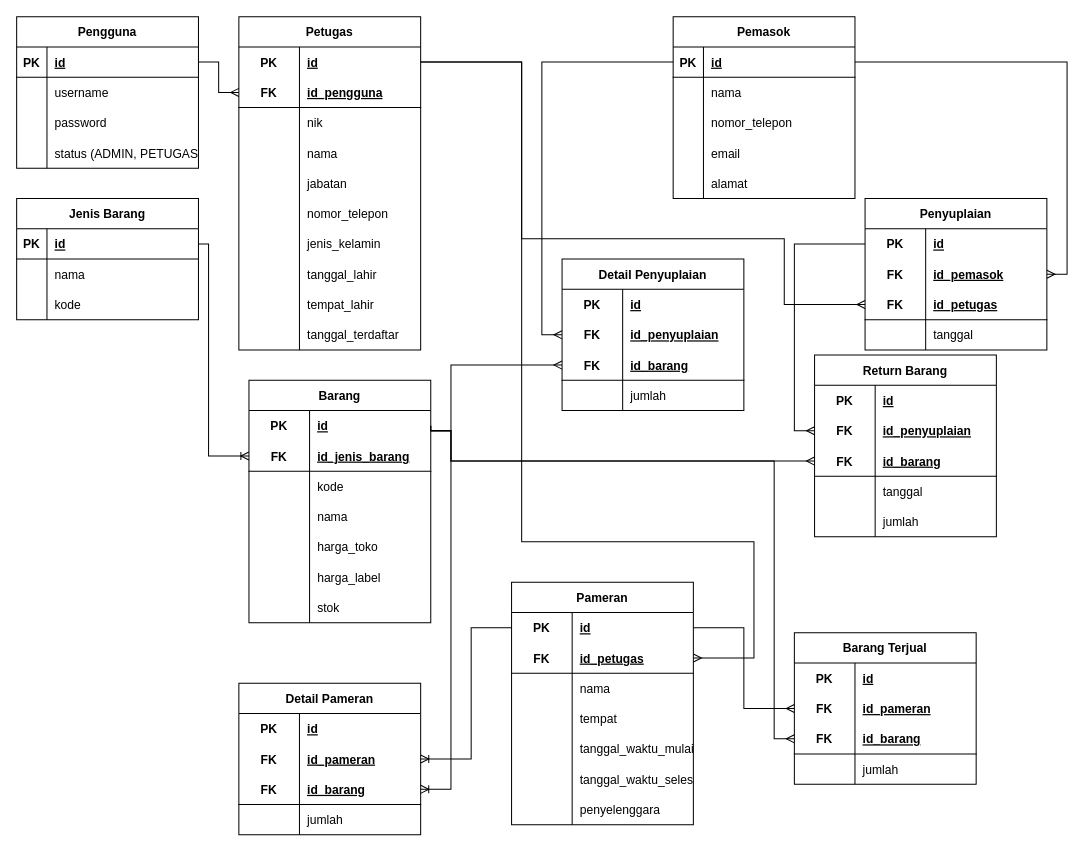
Before: db/Database Schema.drawio in yafizh/Aplikasi-Gudang-The-Zamrud-Jewellery, a draw.io diagram. Source tidied: cells renumbered, new cells numbered last; positions are measured from the earlier drawing's top-left corner, leaving out a move shared by most shapes. Both pictures are drawn from the tidied source at 101%, with x=0, y=0 at pixel (16, 16).
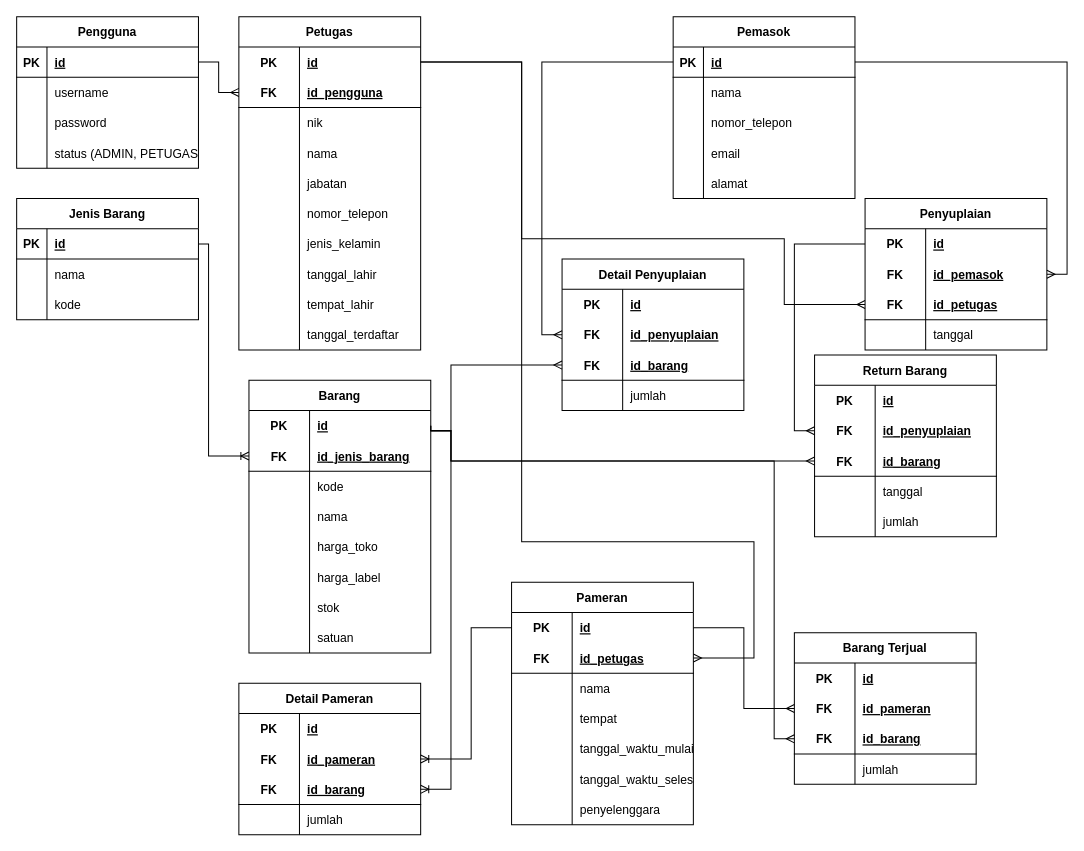
The same diagram, later.

Change to the diagram source:
```diff
@@
     <mxCell id="56" value="Barang" style="shape=table;startSize=30;childLayout=tableLayout;rowLines=0;fontStyle=1;align=center;" parent="1" vertex="1">
-      <mxGeometry x="230" y="360" width="180" height="240" as="geometry" />
+      <mxGeometry x="230" y="360" width="180" height="270" as="geometry" />
     </mxCell>
@@
+    <mxCell id="197" style="shape=tableRow;horizontal=0;startSize=0;swimlaneHead=0;swimlaneBody=0;fillColor=none;top=0;left=0;right=0;bottom=0;" parent="56" vertex="1">
+      <mxGeometry y="240" width="180" height="30" as="geometry" />
+    </mxCell>
+    <mxCell id="198" style="shape=partialRectangle;fillColor=none;top=0;left=0;bottom=0;right=0;overflow=hidden;" parent="197" vertex="1">
+      <mxGeometry width="60" height="30" as="geometry" />
+    </mxCell>
+    <mxCell id="199" value="satuan" style="shape=partialRectangle;fillColor=none;top=0;left=0;bottom=0;right=0;align=left;spacingLeft=6;overflow=hidden;" parent="197" vertex="1">
+      <mxGeometry x="60" width="120" height="30" as="geometry" />
+    </mxCell>
```
